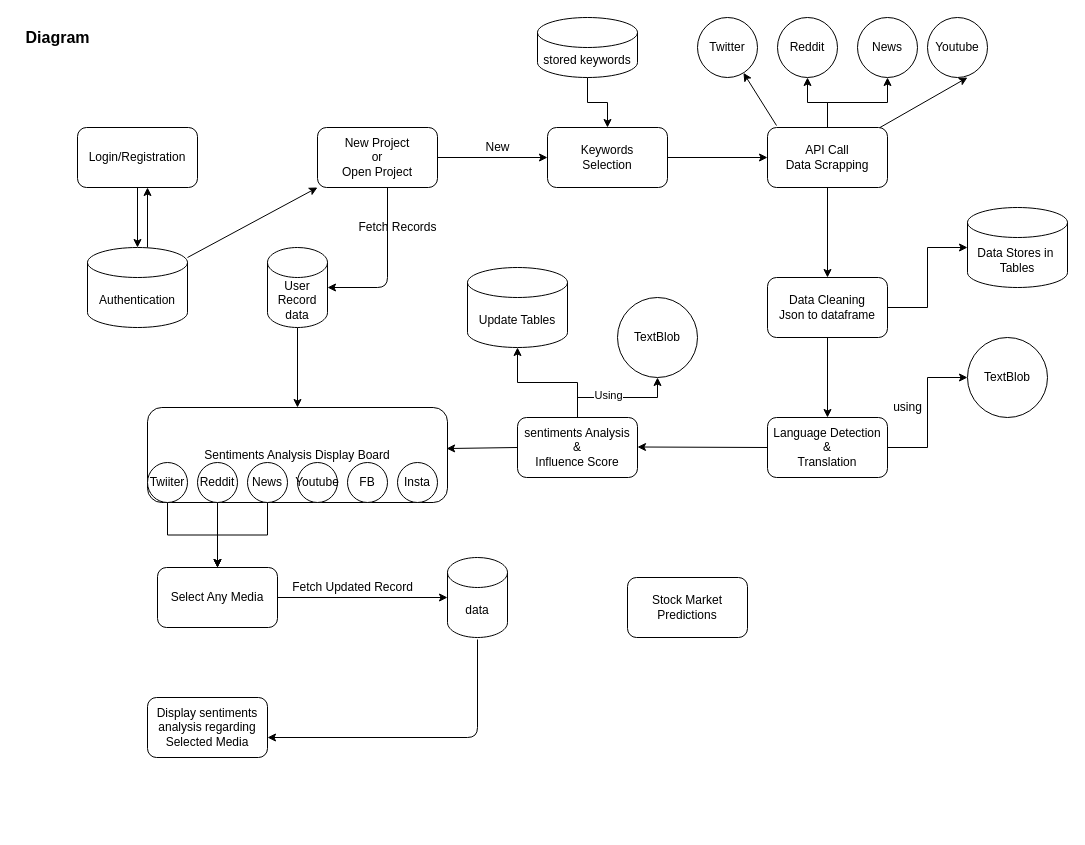
This is Untitled Diagram.drawio from waheedwaqar32202/DSA_Codes, a draw.io file, before an edit. Source tidied: cells renumbered, new cells numbered last; positions are measured from the earlier drawing's top-left corner, leaving out a move shared by most shapes. Both pictures are drawn from the tidied source at 100%, with x=0, y=0 at pixel (17, 17).
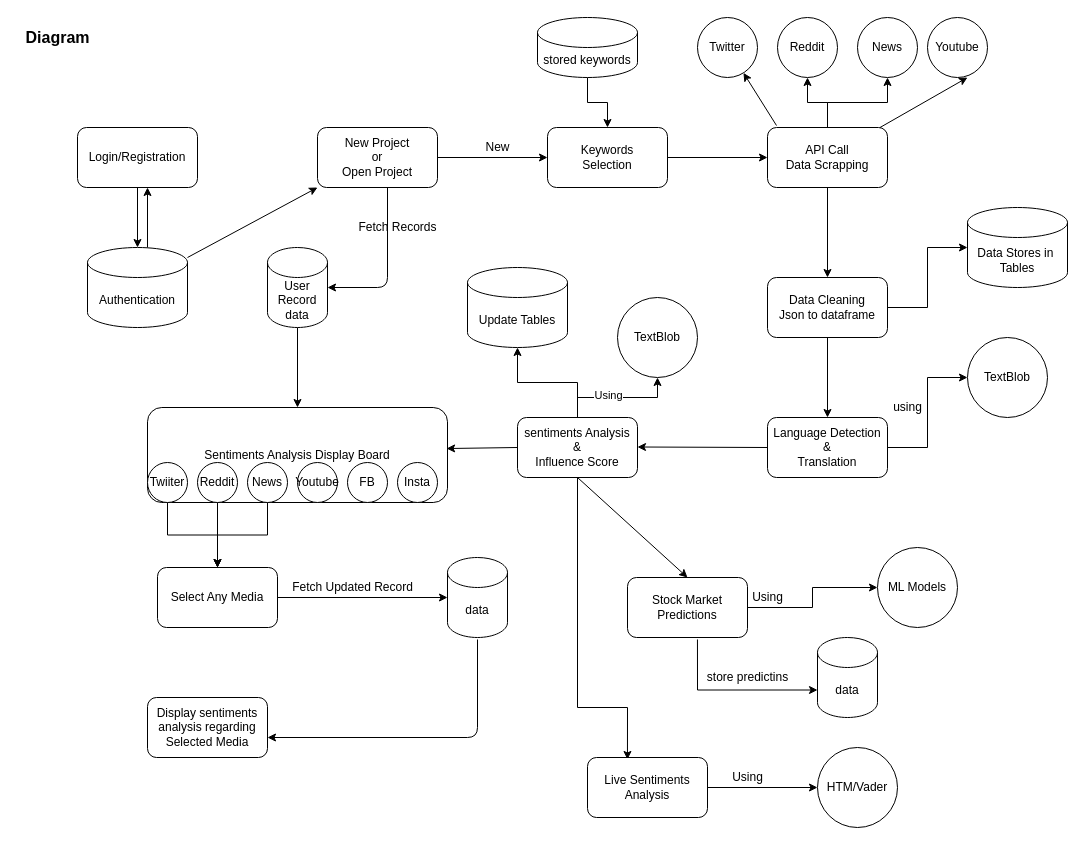
The same diagram, later.

The change refers to these unchanged cells:
```xml
<mxCell id="32" value="sentiments Analysis&lt;br&gt;&amp;amp;&lt;br&gt;Influence Score" style="rounded=1;whiteSpace=wrap;html=1;" parent="1" vertex="1">
  <mxGeometry x="500" y="400" width="120" height="60" as="geometry" />
</mxCell>
<mxCell id="60" value="Stock Market Predictions" style="rounded=1;whiteSpace=wrap;html=1;" parent="1" vertex="1">
  <mxGeometry x="610" y="560" width="120" height="60" as="geometry" />
</mxCell>
```

Change to the diagram source:
```diff
@@
+    <mxCell id="62" style="edgeStyle=orthogonalEdgeStyle;rounded=0;jettySize=auto;html=1;entryX=0.333;entryY=0.033;entryDx=0;entryDy=0;entryPerimeter=0;" parent="1" edge="1" source="32" target="71">
+      <mxGeometry relative="1" as="geometry">
+        <Array as="points">
+          <mxPoint x="560" y="690" />
+          <mxPoint x="610" y="690" />
+        </Array>
+      </mxGeometry>
+    </mxCell>
@@
+    <mxCell id="63" style="edgeStyle=orthogonalEdgeStyle;rounded=0;jettySize=auto;html=1;entryX=0;entryY=0.5;entryDx=0;entryDy=0;" parent="1" edge="1" source="60" target="66">
+      <mxGeometry relative="1" as="geometry" />
+    </mxCell>
+    <mxCell id="64" style="edgeStyle=orthogonalEdgeStyle;rounded=0;jettySize=auto;html=1;entryX=0;entryY=0;entryDx=0;entryDy=52.5;entryPerimeter=0;exitX=0.583;exitY=1.033;exitDx=0;exitDy=0;exitPerimeter=0;" parent="1" edge="1" source="60" target="68">
+      <mxGeometry relative="1" as="geometry">
+        <Array as="points">
+          <mxPoint x="680" y="673" />
+        </Array>
+      </mxGeometry>
+    </mxCell>
@@
+    <mxCell id="65" style="endArrow=classic;html=1;entryX=0.5;entryY=0;entryDx=0;entryDy=0;exitX=0.5;exitY=1;exitDx=0;exitDy=0;" parent="1" edge="1" source="32" target="60">
+      <mxGeometry relative="1" as="geometry" />
+    </mxCell>
+    <mxCell id="66" value="ML Models" style="ellipse;whiteSpace=wrap;html=1;" parent="1" vertex="1">
+      <mxGeometry x="860" y="530" width="80" height="80" as="geometry" />
+    </mxCell>
+    <mxCell id="67" value="Using" style="text;html=1;align=center;verticalAlign=middle;strokeColor=none;" parent="1" vertex="1">
+      <mxGeometry x="725" y="570" width="50" height="20" as="geometry" />
+    </mxCell>
+    <mxCell id="68" value="data" style="shape=cylinder3;whiteSpace=wrap;html=1;boundedLbl=1;backgroundOutline=1;size=15;" parent="1" vertex="1">
+      <mxGeometry x="800" y="620" width="60" height="80" as="geometry" />
+    </mxCell>
+    <mxCell id="69" value="store predictins" style="text;html=1;align=center;verticalAlign=middle;strokeColor=none;" parent="1" vertex="1">
+      <mxGeometry x="680" y="650" width="100" height="20" as="geometry" />
+    </mxCell>
+    <mxCell id="70" style="edgeStyle=orthogonalEdgeStyle;rounded=0;jettySize=auto;html=1;" parent="1" edge="1" source="71" target="72">
+      <mxGeometry relative="1" as="geometry" />
+    </mxCell>
+    <mxCell id="71" value="Live Sentiments Analysis" style="rounded=1;whiteSpace=wrap;html=1;" parent="1" vertex="1">
+      <mxGeometry x="570" y="740" width="120" height="60" as="geometry" />
+    </mxCell>
+    <mxCell id="72" value="HTM/Vader" style="ellipse;whiteSpace=wrap;html=1;" parent="1" vertex="1">
+      <mxGeometry x="800" y="730" width="80" height="80" as="geometry" />
+    </mxCell>
+    <mxCell id="73" value="Using" style="text;html=1;align=center;verticalAlign=middle;strokeColor=none;" parent="1" vertex="1">
+      <mxGeometry x="705" y="750" width="50" height="20" as="geometry" />
+    </mxCell>
```
